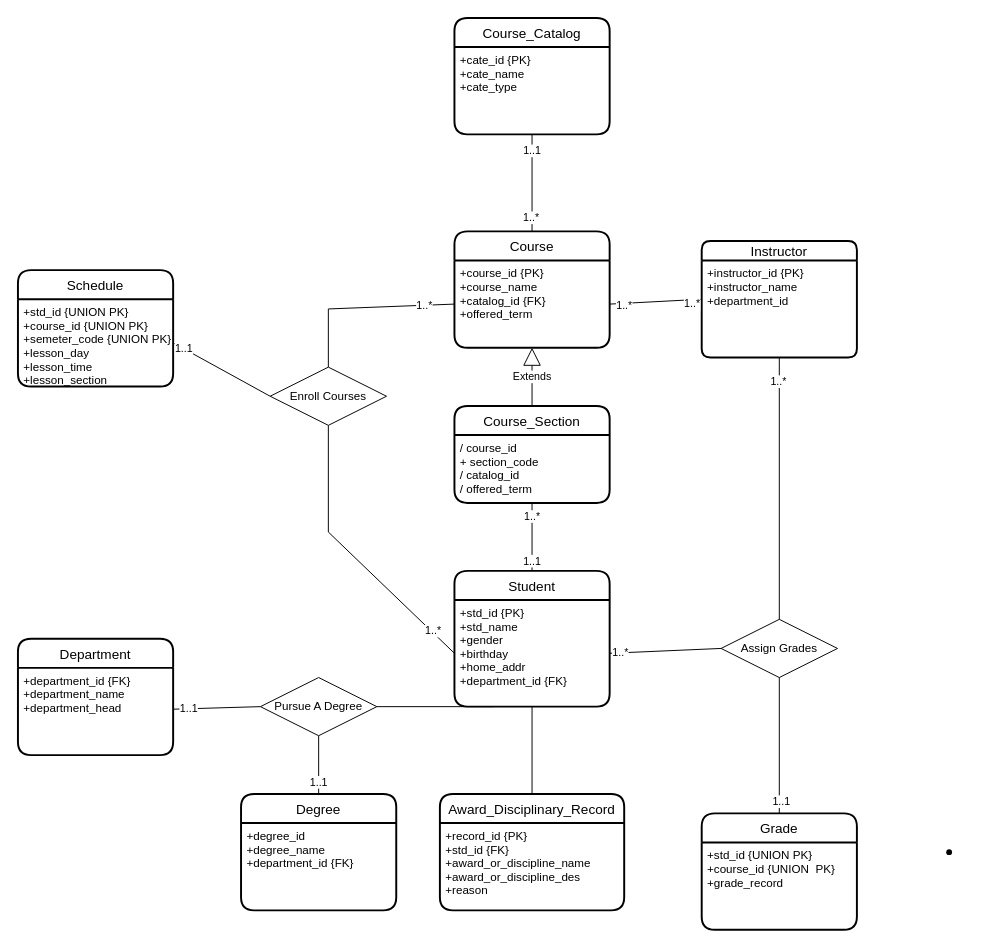
bincute/iAmReadingBook keeps this draw.io diagram as page "第 2 页" (2 of 2) of 未命名绘图2.drawio. Above is the earlier version. Source tidied: cells renumbered, new cells numbered last; positions are measured from the earlier drawing's top-left corner, leaving out a move shared by most shapes. Both pictures are drawn from the tidied source at 97%, with x=0, y=0 at pixel (17, 17).
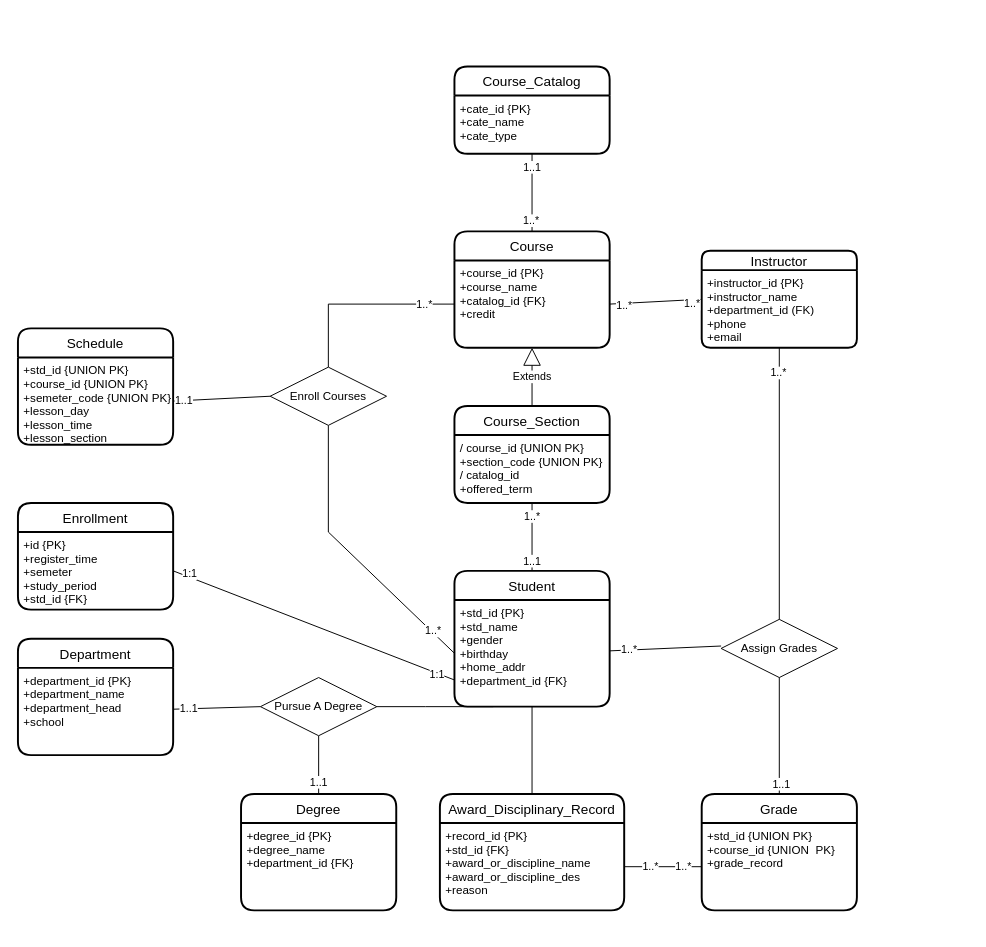
After the change.

Commit message:
更新未命名绘图2.drawio

Unchanged cells that the change refers to:
```xml
<mxCell id="2" value="Course" style="swimlane;horizontal=1;startSize=30;rounded=1;fontSize=14;fontStyle=0;strokeWidth=2;shadow=0;dashed=0;align=center;" parent="1" vertex="1">
  <mxGeometry x="450" y="220" width="160" height="120" as="geometry" />
</mxCell>
<mxCell id="5" value="+std_id {PK}&#10;+std_name&#10;+gender&#10;+birthday&#10;+home_addr&#10;+department_id {FK}" style="align=left;strokeColor=none;fillColor=none;spacingLeft=4;fontSize=12;verticalAlign=top;" parent="4" vertex="1">
  <mxGeometry y="30" width="160" height="110" as="geometry" />
</mxCell>
<mxCell id="13" value="Assign Grades" style="shape=rhombus;perimeter=rhombusPerimeter;whiteSpace=wrap;html=1;align=center;" parent="1" vertex="1">
  <mxGeometry x="724.9" y="620" width="120" height="60" as="geometry" />
</mxCell>
<mxCell id="19" value="+std_id {UNION PK}&#10;+course_id {UNION  PK}&#10;+grade_record" style="align=left;strokeColor=none;fillColor=none;spacingLeft=4;fontSize=12;verticalAlign=top;" parent="18" vertex="1">
  <mxGeometry y="30" width="160" height="90" as="geometry" />
</mxCell>
<mxCell id="29" value="Enroll Courses" style="shape=rhombus;perimeter=rhombusPerimeter;whiteSpace=wrap;html=1;align=center;" parent="1" vertex="1">
  <mxGeometry x="260" y="360" width="120" height="60" as="geometry" />
</mxCell>
<mxCell id="35" value="+record_id {PK}&#10;+std_id {FK}&#10;+award_or_discipline_name&#10;+award_or_discipline_des&#10;+reason" style="align=left;strokeColor=none;fillColor=none;spacingLeft=4;fontSize=12;verticalAlign=top;" parent="34" vertex="1">
  <mxGeometry y="30" width="190" height="90" as="geometry" />
</mxCell>
<mxCell id="38" value="Degree" style="swimlane;horizontal=1;startSize=30;rounded=1;fontSize=14;fontStyle=0;strokeWidth=2;shadow=0;dashed=0;align=center;" parent="1" vertex="1">
  <mxGeometry x="230" y="800" width="160" height="120" as="geometry" />
</mxCell>
<mxCell id="40" value="Department" style="swimlane;horizontal=1;startSize=30;rounded=1;fontSize=14;fontStyle=0;strokeWidth=2;shadow=0;dashed=0;align=center;" parent="1" vertex="1">
  <mxGeometry y="640" width="160" height="120" as="geometry" />
</mxCell>
<mxCell id="47" value="Pursue A Degree" style="shape=rhombus;perimeter=rhombusPerimeter;whiteSpace=wrap;html=1;align=center;" parent="1" vertex="1">
  <mxGeometry x="250" y="680" width="120" height="60" as="geometry" />
</mxCell>
<mxCell id="48" value="Course_Section" style="swimlane;horizontal=1;startSize=30;rounded=1;fontSize=14;fontStyle=0;strokeWidth=2;shadow=0;dashed=0;align=center;" parent="1" vertex="1">
  <mxGeometry x="450" y="400" width="160" height="100" as="geometry" />
</mxCell>
```

The edit, as a diff of the source:
```diff
@@
-    <mxCell id="3" value="+course_id {PK}&#10;+course_name&#10;+catalog_id {FK}&#10;+offered_term" style="align=left;strokeColor=none;fillColor=none;spacingLeft=4;fontSize=12;verticalAlign=top;" parent="2" vertex="1">
+    <mxCell id="3" value="+course_id {PK}&#10;+course_name&#10;+catalog_id {FK}&#10;+credit" style="align=left;strokeColor=none;fillColor=none;spacingLeft=4;fontSize=12;verticalAlign=top;" parent="2" vertex="1">
       <mxGeometry y="30" width="160" height="90" as="geometry" />
     </mxCell>
@@
     <mxCell id="6" value="Instructor" style="swimlane;horizontal=1;startSize=20;rounded=1;fontSize=14;fontStyle=0;strokeWidth=2;shadow=0;dashed=0;align=center;" parent="1" vertex="1">
-      <mxGeometry x="704.9" y="230" width="160" height="120" as="geometry" />
+      <mxGeometry x="704.9" y="240" width="160" height="100" as="geometry" />
     </mxCell>
-    <mxCell id="7" value="+instructor_id {PK}&#10;+instructor_name&#10;+department_id" style="align=left;strokeColor=none;fillColor=none;spacingLeft=4;fontSize=12;verticalAlign=top;" parent="6" vertex="1">
-      <mxGeometry y="20" width="160" height="100" as="geometry" />
+    <mxCell id="7" value="+instructor_id {PK}&#10;+instructor_name&#10;+department_id (FK)&#10;+phone&#10;+email" style="align=left;strokeColor=none;fillColor=none;spacingLeft=4;fontSize=12;verticalAlign=top;" parent="6" vertex="1">
+      <mxGeometry y="20" width="160" height="80" as="geometry" />
     </mxCell>
@@
-    <mxCell id="11" style="edgeStyle=none;rounded=0;jettySize=auto;html=1;exitX=0;exitY=0.5;exitDx=0;exitDy=0;entryX=1;entryY=0.5;entryDx=0;entryDy=0;endArrow=none;endFill=0;" parent="1" edge="1" source="13" target="5">
-      <mxGeometry relative="1" as="geometry" />
+    <mxCell id="11" style="edgeStyle=none;rounded=0;orthogonalLoop=1;jettySize=auto;html=1;exitX=0;exitY=0.5;exitDx=0;exitDy=0;entryX=1;entryY=0.5;entryDx=0;entryDy=0;endArrow=none;endFill=0;" parent="1" edge="1">
+      <mxGeometry relative="1" as="geometry">
+        <mxPoint x="724.9" y="647.5" as="sourcePoint" />
+        <mxPoint x="610" y="652.5" as="targetPoint" />
+      </mxGeometry>
     </mxCell>
     <mxCell id="12" value="1..*" style="edgeLabel;html=1;align=center;verticalAlign=middle;" parent="11" vertex="1">
-      <mxGeometry x="0.8" y="-1" relative="1" as="geometry" />
+      <mxGeometry x="0.8" y="-1" relative="1" as="geometry">
+        <mxPoint x="9" y="-1" as="offset" />
+      </mxGeometry>
     </mxCell>
@@
     <mxCell id="18" value="Grade" style="swimlane;horizontal=1;startSize=30;rounded=1;fontSize=14;fontStyle=0;strokeWidth=2;shadow=0;dashed=0;align=center;" parent="1" vertex="1">
-      <mxGeometry x="704.9" y="820" width="160" height="120" as="geometry" />
+      <mxGeometry x="704.9" y="800" width="160" height="120" as="geometry" />
     </mxCell>
@@
     <mxCell id="20" value="Course_Catalog" style="swimlane;horizontal=1;startSize=30;rounded=1;fontSize=14;fontStyle=0;strokeWidth=2;shadow=0;dashed=0;align=center;" parent="1" vertex="1">
-      <mxGeometry x="450" width="160" height="120" as="geometry" />
+      <mxGeometry x="450" y="50" width="160" height="90" as="geometry" />
     </mxCell>
     <mxCell id="21" value="+cate_id {PK}&#10;+cate_name&#10;+cate_type" style="align=left;strokeColor=none;fillColor=none;spacingLeft=4;fontSize=12;verticalAlign=top;" parent="20" vertex="1">
-      <mxGeometry y="30" width="160" height="90" as="geometry" />
+      <mxGeometry y="30" width="160" height="60" as="geometry" />
     </mxCell>
@@
     <mxCell id="27" style="edgeStyle=none;rounded=0;jettySize=auto;html=1;entryX=0;entryY=0.5;entryDx=0;entryDy=0;endArrow=none;endFill=0;" parent="1" edge="1" source="29" target="3">
       <mxGeometry relative="1" as="geometry">
         <Array as="points">
-          <mxPoint x="320" y="300" />
+          <mxPoint x="320" y="295" />
         </Array>
       </mxGeometry>
     </mxCell>
@@
     <mxCell id="30" value="Schedule" style="swimlane;horizontal=1;startSize=30;rounded=1;fontSize=14;fontStyle=0;strokeWidth=2;shadow=0;dashed=0;align=center;" parent="1" vertex="1">
-      <mxGeometry y="260" width="160" height="120" as="geometry" />
+      <mxGeometry y="320" width="160" height="120" as="geometry" />
     </mxCell>
@@
-    <mxCell id="37" style="shape=waypoint;sketch=0;size=6;fillColor=none;perimeter=centerPerimeter;" parent="1" vertex="1">
-      <mxGeometry x="940" y="840" width="40" height="40" as="geometry" />
-    </mxCell>
@@
-    <mxCell id="39" value="+degree_id&#10;+degree_name&#10;+department_id {FK}" style="align=left;strokeColor=none;fillColor=none;spacingLeft=4;fontSize=12;verticalAlign=top;" parent="38" vertex="1">
+    <mxCell id="39" value="+degree_id {PK}&#10;+degree_name&#10;+department_id {FK}" style="align=left;strokeColor=none;fillColor=none;spacingLeft=4;fontSize=12;verticalAlign=top;" parent="38" vertex="1">
       <mxGeometry y="30" width="160" height="90" as="geometry" />
     </mxCell>
@@
-    <mxCell id="41" value="+department_id {FK}&#10;+department_name&#10;+department_head" style="align=left;strokeColor=none;fillColor=none;spacingLeft=4;fontSize=12;verticalAlign=top;" parent="40" vertex="1">
+    <mxCell id="41" value="+department_id {PK}&#10;+department_name&#10;+department_head&#10;+school" style="align=left;strokeColor=none;fillColor=none;spacingLeft=4;fontSize=12;verticalAlign=top;" parent="40" vertex="1">
       <mxGeometry y="30" width="160" height="90" as="geometry" />
     </mxCell>
     <mxCell id="42" style="edgeStyle=none;rounded=0;jettySize=auto;html=1;exitX=1;exitY=0.5;exitDx=0;exitDy=0;entryX=0.25;entryY=1;entryDx=0;entryDy=0;endArrow=none;endFill=0;" parent="1" edge="1" source="47" target="5">
       <mxGeometry relative="1" as="geometry">
         <Array as="points">
+          <mxPoint x="420" y="710" />
           <mxPoint x="460" y="710" />
         </Array>
       </mxGeometry>
     </mxCell>
@@
-    <mxCell id="49" value="/ course_id&#10;+ section_code&#10;/ catalog_id&#10;/ offered_term" style="align=left;strokeColor=none;fillColor=none;spacingLeft=4;fontSize=12;verticalAlign=top;" parent="48" vertex="1">
+    <mxCell id="49" value="/ course_id {UNION PK}&#10;+section_code {UNION PK}&#10;/ catalog_id&#10;+offered_term" style="align=left;strokeColor=none;fillColor=none;spacingLeft=4;fontSize=12;verticalAlign=top;" parent="48" vertex="1">
       <mxGeometry y="30" width="160" height="70" as="geometry" />
     </mxCell>
@@
+    <mxCell id="54" style="edgeStyle=none;rounded=0;jettySize=auto;html=1;exitX=1;exitY=0.5;exitDx=0;exitDy=0;endArrow=none;endFill=0;" parent="1" edge="1" source="35" target="19">
+      <mxGeometry relative="1" as="geometry" />
+    </mxCell>
+    <mxCell id="55" value="1..*" style="edgeLabel;html=1;align=center;verticalAlign=middle;" parent="54" vertex="1">
+      <mxGeometry x="-0.35" y="1" relative="1" as="geometry" />
+    </mxCell>
+    <mxCell id="56" value="1..*" style="edgeLabel;html=1;align=center;verticalAlign=middle;" parent="54" vertex="1">
+      <mxGeometry x="0.5" y="1" relative="1" as="geometry" />
+    </mxCell>
+    <mxCell id="57" value="Enrollment" style="swimlane;horizontal=1;startSize=30;rounded=1;fontSize=14;fontStyle=0;strokeWidth=2;shadow=0;dashed=0;align=center;" parent="1" vertex="1">
+      <mxGeometry y="500" width="160" height="110" as="geometry" />
+    </mxCell>
+    <mxCell id="58" value="+id {PK}&#10;+register_time&#10;+semeter&#10;+study_period&#10;+std_id {FK}&#10;&#10;" style="align=left;strokeColor=none;fillColor=none;spacingLeft=4;fontSize=12;verticalAlign=top;" parent="57" vertex="1">
+      <mxGeometry y="30" width="160" height="80" as="geometry" />
+    </mxCell>
+    <mxCell id="59" style="edgeStyle=none;rounded=0;jettySize=auto;html=1;exitX=1;exitY=0.5;exitDx=0;exitDy=0;entryX=0;entryY=0.75;entryDx=0;entryDy=0;endArrow=none;endFill=0;" parent="1" edge="1" source="58" target="5">
+      <mxGeometry relative="1" as="geometry" />
+    </mxCell>
+    <mxCell id="60" value="1:1" style="edgeLabel;html=1;align=center;verticalAlign=middle;" parent="59" vertex="1">
+      <mxGeometry x="-0.9" y="3" relative="1" as="geometry" />
+    </mxCell>
+    <mxCell id="61" value="1:1" style="edgeLabel;html=1;align=center;verticalAlign=middle;" parent="59" vertex="1">
+      <mxGeometry x="0.88" y="-1" relative="1" as="geometry" />
+    </mxCell>
```
